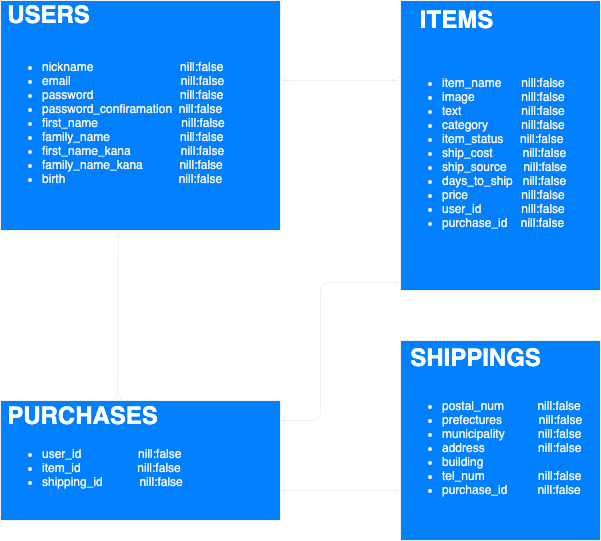
Above: er.png in ryusen1000/furima-35197 (draw.io), before the change. Source tidied: cells renumbered, new cells last; positions are measured from the earlier drawing's top-left corner, leaving out a move shared by most shapes. Its diagram source:
```xml
<mxGraphModel>
  <root>
    <mxCell id="0" />
    <mxCell id="1" parent="0" />
    <mxCell id="2" value="&lt;div&gt;&lt;br&gt;&lt;/div&gt;&lt;ul&gt;&lt;li&gt;nickname&amp;nbsp; &amp;nbsp; &amp;nbsp; &amp;nbsp; &amp;nbsp; &amp;nbsp; &amp;nbsp; &amp;nbsp; &amp;nbsp; &amp;nbsp; &amp;nbsp; &amp;nbsp; &amp;nbsp; nill:false&lt;/li&gt;&lt;li&gt;email&amp;nbsp; &amp;nbsp; &amp;nbsp; &amp;nbsp; &amp;nbsp; &amp;nbsp; &amp;nbsp; &amp;nbsp; &amp;nbsp; &amp;nbsp; &amp;nbsp; &amp;nbsp; &amp;nbsp; &amp;nbsp; &amp;nbsp; &amp;nbsp; &amp;nbsp;nill:false&lt;/li&gt;&lt;li&gt;password&amp;nbsp; &amp;nbsp; &amp;nbsp; &amp;nbsp; &amp;nbsp; &amp;nbsp; &amp;nbsp; &amp;nbsp; &amp;nbsp; &amp;nbsp; &amp;nbsp; &amp;nbsp; &amp;nbsp; nill:false&lt;/li&gt;&lt;li&gt;password_confiramation&amp;nbsp; nill:false&lt;/li&gt;&lt;li&gt;first_name&amp;nbsp; &amp;nbsp; &amp;nbsp; &amp;nbsp; &amp;nbsp; &amp;nbsp; &amp;nbsp; &amp;nbsp; &amp;nbsp; &amp;nbsp; &amp;nbsp; &amp;nbsp; &amp;nbsp;nill:false&lt;/li&gt;&lt;li&gt;family_name&amp;nbsp; &amp;nbsp; &amp;nbsp; &amp;nbsp; &amp;nbsp; &amp;nbsp; &amp;nbsp; &amp;nbsp; &amp;nbsp; &amp;nbsp; &amp;nbsp;nill:false&lt;/li&gt;&lt;li&gt;first_name_kana&amp;nbsp; &amp;nbsp; &amp;nbsp; &amp;nbsp; &amp;nbsp; &amp;nbsp; &amp;nbsp; &amp;nbsp;nill:false&lt;/li&gt;&lt;li&gt;family_name_kana&amp;nbsp; &amp;nbsp; &amp;nbsp; &amp;nbsp; &amp;nbsp; &amp;nbsp;nill:false&lt;/li&gt;&lt;li&gt;birth&amp;nbsp; &amp;nbsp; &amp;nbsp; &amp;nbsp; &amp;nbsp; &amp;nbsp; &amp;nbsp; &amp;nbsp; &amp;nbsp; &amp;nbsp; &amp;nbsp; &amp;nbsp; &amp;nbsp; &amp;nbsp; &amp;nbsp; &amp;nbsp; &amp;nbsp; nill:false&lt;/li&gt;&lt;/ul&gt;" style="text;html=1;whiteSpace=wrap;verticalAlign=middle;overflow=hidden;strokeColor=#f0f0f0;fillColor=#007FFF;fontColor=#F0F0F0;" parent="1" vertex="1">
      <mxGeometry width="280" height="230" as="geometry" />
    </mxCell>
    <mxCell id="3" value="USERS" style="text;strokeColor=none;fillColor=none;html=1;fontSize=24;fontStyle=1;verticalAlign=middle;align=center;fontColor=#FFFFFF;" parent="2" vertex="1">
      <mxGeometry width="96.6" height="27.1" as="geometry" />
    </mxCell>
    <mxCell id="4" style="edgeStyle=orthogonalEdgeStyle;rounded=0;orthogonalLoop=1;jettySize=auto;html=1;exitX=0.5;exitY=1;exitDx=0;exitDy=0;" parent="1" edge="1" source="2" target="2">
      <mxGeometry relative="1" as="geometry" />
    </mxCell>
    <mxCell id="5" value="&lt;div&gt;&lt;br&gt;&lt;/div&gt;&lt;ul&gt;&lt;li&gt;item_name&amp;nbsp; &amp;nbsp; &amp;nbsp; nill:false&lt;/li&gt;&lt;li&gt;image&amp;nbsp; &amp;nbsp; &amp;nbsp; &amp;nbsp; &amp;nbsp; &amp;nbsp; &amp;nbsp; nill:false&lt;/li&gt;&lt;li&gt;text&amp;nbsp; &amp;nbsp; &amp;nbsp; &amp;nbsp; &amp;nbsp; &amp;nbsp; &amp;nbsp; &amp;nbsp; &amp;nbsp; nill:false&lt;/li&gt;&lt;li&gt;category&amp;nbsp; &amp;nbsp; &amp;nbsp; &amp;nbsp; &amp;nbsp; nill:false&lt;/li&gt;&lt;li&gt;item_status&amp;nbsp; &amp;nbsp; &amp;nbsp;nill:false&lt;/li&gt;&lt;li&gt;ship_cost&amp;nbsp; &amp;nbsp; &amp;nbsp; &amp;nbsp; &amp;nbsp;nill:false&lt;/li&gt;&lt;li&gt;ship_source&amp;nbsp; &amp;nbsp; &amp;nbsp;nill:false&lt;/li&gt;&lt;li&gt;days_to_ship&amp;nbsp; &amp;nbsp;nill:false&lt;/li&gt;&lt;li&gt;price&amp;nbsp; &amp;nbsp; &amp;nbsp; &amp;nbsp; &amp;nbsp; &amp;nbsp; &amp;nbsp; &amp;nbsp; nill:false&lt;/li&gt;&lt;li&gt;user_id&amp;nbsp; &amp;nbsp; &amp;nbsp; &amp;nbsp; &amp;nbsp; &amp;nbsp; nill:false&lt;/li&gt;&lt;li&gt;purchase_id&amp;nbsp; &amp;nbsp; nill:false&lt;/li&gt;&lt;/ul&gt;" style="text;html=1;whiteSpace=wrap;verticalAlign=middle;overflow=hidden;strokeColor=#f0f0f0;fillColor=#007FFF;fontColor=#F0F0F0;" parent="1" vertex="1">
      <mxGeometry x="400" width="200" height="290" as="geometry" />
    </mxCell>
    <mxCell id="6" value="ITEMS" style="text;strokeColor=none;fillColor=none;html=1;fontSize=24;fontStyle=1;verticalAlign=middle;align=center;fontColor=#FFFFFF;" parent="5" vertex="1">
      <mxGeometry width="111.1" height="38.7" as="geometry" />
    </mxCell>
    <mxCell id="7" value="&lt;div&gt;&lt;br&gt;&lt;/div&gt;&lt;ul&gt;&lt;li&gt;user_id&amp;nbsp; &amp;nbsp; &amp;nbsp; &amp;nbsp; &amp;nbsp; &amp;nbsp; &amp;nbsp; &amp;nbsp; &amp;nbsp;nill:false&lt;/li&gt;&lt;li&gt;item_id&amp;nbsp; &amp;nbsp; &amp;nbsp; &amp;nbsp; &amp;nbsp; &amp;nbsp; &amp;nbsp; &amp;nbsp; &amp;nbsp;nill:false&lt;/li&gt;&lt;li&gt;shipping_id&amp;nbsp; &amp;nbsp; &amp;nbsp; &amp;nbsp; &amp;nbsp; &amp;nbsp;nill:false&lt;/li&gt;&lt;/ul&gt;" style="text;html=1;whiteSpace=wrap;verticalAlign=middle;overflow=hidden;strokeColor=#f0f0f0;fillColor=#007FFF;fontColor=#F0F0F0;" parent="1" vertex="1">
      <mxGeometry y="400" width="280" height="120" as="geometry" />
    </mxCell>
    <mxCell id="8" value="PURCHASES" style="text;strokeColor=none;fillColor=none;html=1;fontSize=24;fontStyle=1;verticalAlign=middle;align=center;fontColor=#FFFFFF;" parent="7" vertex="1">
      <mxGeometry width="164.1" height="30" as="geometry" />
    </mxCell>
    <mxCell id="9" value="&lt;div&gt;&lt;br&gt;&lt;/div&gt;&lt;ul&gt;&lt;li&gt;postal_num&amp;nbsp; &amp;nbsp; &amp;nbsp; &amp;nbsp; &amp;nbsp; nill:false&lt;/li&gt;&lt;li&gt;prefectures&amp;nbsp; &amp;nbsp; &amp;nbsp; &amp;nbsp; &amp;nbsp; &amp;nbsp;nill:false&lt;/li&gt;&lt;li&gt;municipality&amp;nbsp; &amp;nbsp; &amp;nbsp; &amp;nbsp; &amp;nbsp; nill:false&lt;/li&gt;&lt;li&gt;address&amp;nbsp; &amp;nbsp; &amp;nbsp; &amp;nbsp; &amp;nbsp; &amp;nbsp; &amp;nbsp; &amp;nbsp; nill:false&lt;/li&gt;&lt;li&gt;building&lt;/li&gt;&lt;li&gt;tel_num&amp;nbsp; &amp;nbsp; &amp;nbsp; &amp;nbsp; &amp;nbsp; &amp;nbsp; &amp;nbsp; &amp;nbsp; nill:false&lt;/li&gt;&lt;li&gt;purchase_id&amp;nbsp; &amp;nbsp; &amp;nbsp; &amp;nbsp; &amp;nbsp;nill:false&lt;/li&gt;&lt;/ul&gt;" style="text;html=1;whiteSpace=wrap;verticalAlign=middle;overflow=hidden;strokeColor=#f0f0f0;fillColor=#007FFF;fontColor=#F0F0F0;" parent="1" vertex="1">
      <mxGeometry x="400" y="340" width="200" height="200" as="geometry" />
    </mxCell>
    <mxCell id="10" value="SHIPPINGS" style="text;strokeColor=none;fillColor=none;html=1;fontSize=24;fontStyle=1;verticalAlign=middle;align=center;fontColor=#FFFFFF;" parent="9" vertex="1">
      <mxGeometry width="150" height="33.3" as="geometry" />
    </mxCell>
    <mxCell id="11" style="endArrow=ERmany;html=1;strokeWidth=1;startArrow=ERone;startFill=0;endFill=0;exitX=1.004;exitY=0.348;exitDx=0;exitDy=0;exitPerimeter=0;strokeColor=#F0F0F0;" parent="1" edge="1" source="2">
      <mxGeometry relative="1" as="geometry">
        <mxPoint x="399" y="80" as="targetPoint" />
      </mxGeometry>
    </mxCell>
    <mxCell id="12" style="endArrow=ERone;html=1;strokeWidth=1;startArrow=ERone;startFill=0;endFill=0;strokeColor=#F0F0F0;" parent="1" edge="1">
      <mxGeometry relative="1" as="geometry">
        <mxPoint x="280" y="420" as="sourcePoint" />
        <mxPoint x="400" y="282" as="targetPoint" />
        <Array as="points">
          <mxPoint x="320" y="420" />
          <mxPoint x="320" y="282" />
        </Array>
      </mxGeometry>
    </mxCell>
    <mxCell id="13" style="endArrow=ERone;html=1;strokeWidth=1;startArrow=ERone;startFill=0;endFill=0;strokeColor=#F0F0F0;" parent="1" edge="1">
      <mxGeometry relative="1" as="geometry">
        <mxPoint x="280" y="490" as="sourcePoint" />
        <mxPoint x="400" y="490" as="targetPoint" />
      </mxGeometry>
    </mxCell>
    <mxCell id="14" style="endArrow=ERone;html=1;strokeWidth=1;startArrow=ERmany;startFill=0;endFill=0;strokeColor=#F0F0F0;exitX=0.713;exitY=-0.033;exitDx=0;exitDy=0;entryX=0.421;entryY=1.009;entryDx=0;entryDy=0;entryPerimeter=0;exitPerimeter=0;" parent="1" edge="1" source="8" target="2">
      <mxGeometry relative="1" as="geometry" />
    </mxCell>
  </root>
</mxGraphModel>
```
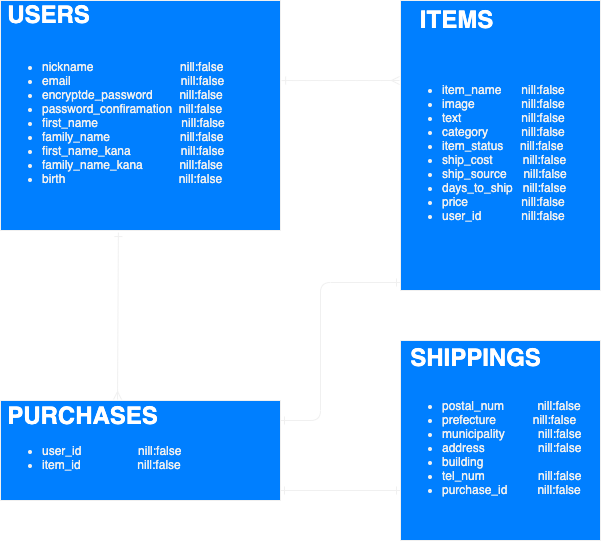
Later version of the same file.

Diff of the diagram source:
```diff
@@ -2,7 +2,7 @@
   <root>
     <mxCell id="0" />
     <mxCell id="1" parent="0" />
-    <mxCell id="2" value="&lt;div&gt;&lt;br&gt;&lt;/div&gt;&lt;ul&gt;&lt;li&gt;nickname&amp;nbsp; &amp;nbsp; &amp;nbsp; &amp;nbsp; &amp;nbsp; &amp;nbsp; &amp;nbsp; &amp;nbsp; &amp;nbsp; &amp;nbsp; &amp;nbsp; &amp;nbsp; &amp;nbsp; nill:false&lt;/li&gt;&lt;li&gt;email&amp;nbsp; &amp;nbsp; &amp;nbsp; &amp;nbsp; &amp;nbsp; &amp;nbsp; &amp;nbsp; &amp;nbsp; &amp;nbsp; &amp;nbsp; &amp;nbsp; &amp;nbsp; &amp;nbsp; &amp;nbsp; &amp;nbsp; &amp;nbsp; &amp;nbsp;nill:false&lt;/li&gt;&lt;li&gt;password&amp;nbsp; &amp;nbsp; &amp;nbsp; &amp;nbsp; &amp;nbsp; &amp;nbsp; &amp;nbsp; &amp;nbsp; &amp;nbsp; &amp;nbsp; &amp;nbsp; &amp;nbsp; &amp;nbsp; nill:false&lt;/li&gt;&lt;li&gt;password_confiramation&amp;nbsp; nill:false&lt;/li&gt;&lt;li&gt;first_name&amp;nbsp; &amp;nbsp; &amp;nbsp; &amp;nbsp; &amp;nbsp; &amp;nbsp; &amp;nbsp; &amp;nbsp; &amp;nbsp; &amp;nbsp; &amp;nbsp; &amp;nbsp; &amp;nbsp;nill:false&lt;/li&gt;&lt;li&gt;family_name&amp;nbsp; &amp;nbsp; &amp;nbsp; &amp;nbsp; &amp;nbsp; &amp;nbsp; &amp;nbsp; &amp;nbsp; &amp;nbsp; &amp;nbsp; &amp;nbsp;nill:false&lt;/li&gt;&lt;li&gt;first_name_kana&amp;nbsp; &amp;nbsp; &amp;nbsp; &amp;nbsp; &amp;nbsp; &amp;nbsp; &amp;nbsp; &amp;nbsp;nill:false&lt;/li&gt;&lt;li&gt;family_name_kana&amp;nbsp; &amp;nbsp; &amp;nbsp; &amp;nbsp; &amp;nbsp; &amp;nbsp;nill:false&lt;/li&gt;&lt;li&gt;birth&amp;nbsp; &amp;nbsp; &amp;nbsp; &amp;nbsp; &amp;nbsp; &amp;nbsp; &amp;nbsp; &amp;nbsp; &amp;nbsp; &amp;nbsp; &amp;nbsp; &amp;nbsp; &amp;nbsp; &amp;nbsp; &amp;nbsp; &amp;nbsp; &amp;nbsp; nill:false&lt;/li&gt;&lt;/ul&gt;" style="text;html=1;whiteSpace=wrap;verticalAlign=middle;overflow=hidden;strokeColor=#f0f0f0;fillColor=#007FFF;fontColor=#F0F0F0;" parent="1" vertex="1">
+    <mxCell id="2" value="&lt;div&gt;&lt;br&gt;&lt;/div&gt;&lt;ul&gt;&lt;li&gt;nickname&amp;nbsp; &amp;nbsp; &amp;nbsp; &amp;nbsp; &amp;nbsp; &amp;nbsp; &amp;nbsp; &amp;nbsp; &amp;nbsp; &amp;nbsp; &amp;nbsp; &amp;nbsp; &amp;nbsp; nill:false&lt;/li&gt;&lt;li&gt;email&amp;nbsp; &amp;nbsp; &amp;nbsp; &amp;nbsp; &amp;nbsp; &amp;nbsp; &amp;nbsp; &amp;nbsp; &amp;nbsp; &amp;nbsp; &amp;nbsp; &amp;nbsp; &amp;nbsp; &amp;nbsp; &amp;nbsp; &amp;nbsp; &amp;nbsp;nill:false&lt;/li&gt;&lt;li&gt;encryptde_password&amp;nbsp; &amp;nbsp; &amp;nbsp; &amp;nbsp; nill:false&lt;/li&gt;&lt;li&gt;password_confiramation&amp;nbsp; nill:false&lt;/li&gt;&lt;li&gt;first_name&amp;nbsp; &amp;nbsp; &amp;nbsp; &amp;nbsp; &amp;nbsp; &amp;nbsp; &amp;nbsp; &amp;nbsp; &amp;nbsp; &amp;nbsp; &amp;nbsp; &amp;nbsp; &amp;nbsp;nill:false&lt;/li&gt;&lt;li&gt;family_name&amp;nbsp; &amp;nbsp; &amp;nbsp; &amp;nbsp; &amp;nbsp; &amp;nbsp; &amp;nbsp; &amp;nbsp; &amp;nbsp; &amp;nbsp; &amp;nbsp;nill:false&lt;/li&gt;&lt;li&gt;first_name_kana&amp;nbsp; &amp;nbsp; &amp;nbsp; &amp;nbsp; &amp;nbsp; &amp;nbsp; &amp;nbsp; &amp;nbsp;nill:false&lt;/li&gt;&lt;li&gt;family_name_kana&amp;nbsp; &amp;nbsp; &amp;nbsp; &amp;nbsp; &amp;nbsp; &amp;nbsp;nill:false&lt;/li&gt;&lt;li&gt;birth&amp;nbsp; &amp;nbsp; &amp;nbsp; &amp;nbsp; &amp;nbsp; &amp;nbsp; &amp;nbsp; &amp;nbsp; &amp;nbsp; &amp;nbsp; &amp;nbsp; &amp;nbsp; &amp;nbsp; &amp;nbsp; &amp;nbsp; &amp;nbsp; &amp;nbsp; nill:false&lt;/li&gt;&lt;/ul&gt;" style="text;html=1;whiteSpace=wrap;verticalAlign=middle;overflow=hidden;strokeColor=#f0f0f0;fillColor=#007FFF;fontColor=#F0F0F0;" parent="1" vertex="1">
       <mxGeometry width="280" height="230" as="geometry" />
     </mxCell>
     <mxCell id="3" value="USERS" style="text;strokeColor=none;fillColor=none;html=1;fontSize=24;fontStyle=1;verticalAlign=middle;align=center;fontColor=#FFFFFF;" parent="2" vertex="1">
@@ -11,19 +11,19 @@
     <mxCell id="4" style="edgeStyle=orthogonalEdgeStyle;rounded=0;orthogonalLoop=1;jettySize=auto;html=1;exitX=0.5;exitY=1;exitDx=0;exitDy=0;" parent="1" edge="1" source="2" target="2">
       <mxGeometry relative="1" as="geometry" />
     </mxCell>
-    <mxCell id="5" value="&lt;div&gt;&lt;br&gt;&lt;/div&gt;&lt;ul&gt;&lt;li&gt;item_name&amp;nbsp; &amp;nbsp; &amp;nbsp; nill:false&lt;/li&gt;&lt;li&gt;image&amp;nbsp; &amp;nbsp; &amp;nbsp; &amp;nbsp; &amp;nbsp; &amp;nbsp; &amp;nbsp; nill:false&lt;/li&gt;&lt;li&gt;text&amp;nbsp; &amp;nbsp; &amp;nbsp; &amp;nbsp; &amp;nbsp; &amp;nbsp; &amp;nbsp; &amp;nbsp; &amp;nbsp; nill:false&lt;/li&gt;&lt;li&gt;category&amp;nbsp; &amp;nbsp; &amp;nbsp; &amp;nbsp; &amp;nbsp; nill:false&lt;/li&gt;&lt;li&gt;item_status&amp;nbsp; &amp;nbsp; &amp;nbsp;nill:false&lt;/li&gt;&lt;li&gt;ship_cost&amp;nbsp; &amp;nbsp; &amp;nbsp; &amp;nbsp; &amp;nbsp;nill:false&lt;/li&gt;&lt;li&gt;ship_source&amp;nbsp; &amp;nbsp; &amp;nbsp;nill:false&lt;/li&gt;&lt;li&gt;days_to_ship&amp;nbsp; &amp;nbsp;nill:false&lt;/li&gt;&lt;li&gt;price&amp;nbsp; &amp;nbsp; &amp;nbsp; &amp;nbsp; &amp;nbsp; &amp;nbsp; &amp;nbsp; &amp;nbsp; nill:false&lt;/li&gt;&lt;li&gt;user_id&amp;nbsp; &amp;nbsp; &amp;nbsp; &amp;nbsp; &amp;nbsp; &amp;nbsp; nill:false&lt;/li&gt;&lt;li&gt;purchase_id&amp;nbsp; &amp;nbsp; nill:false&lt;/li&gt;&lt;/ul&gt;" style="text;html=1;whiteSpace=wrap;verticalAlign=middle;overflow=hidden;strokeColor=#f0f0f0;fillColor=#007FFF;fontColor=#F0F0F0;" parent="1" vertex="1">
+    <mxCell id="5" value="&lt;div&gt;&lt;br&gt;&lt;/div&gt;&lt;ul&gt;&lt;li&gt;item_name&amp;nbsp; &amp;nbsp; &amp;nbsp; nill:false&lt;/li&gt;&lt;li&gt;image&amp;nbsp; &amp;nbsp; &amp;nbsp; &amp;nbsp; &amp;nbsp; &amp;nbsp; &amp;nbsp; nill:false&lt;/li&gt;&lt;li&gt;text&amp;nbsp; &amp;nbsp; &amp;nbsp; &amp;nbsp; &amp;nbsp; &amp;nbsp; &amp;nbsp; &amp;nbsp; &amp;nbsp; nill:false&lt;/li&gt;&lt;li&gt;category&amp;nbsp; &amp;nbsp; &amp;nbsp; &amp;nbsp; &amp;nbsp; nill:false&lt;/li&gt;&lt;li&gt;item_status&amp;nbsp; &amp;nbsp; &amp;nbsp;nill:false&lt;/li&gt;&lt;li&gt;ship_cost&amp;nbsp; &amp;nbsp; &amp;nbsp; &amp;nbsp; &amp;nbsp;nill:false&lt;/li&gt;&lt;li&gt;ship_source&amp;nbsp; &amp;nbsp; &amp;nbsp;nill:false&lt;/li&gt;&lt;li&gt;days_to_ship&amp;nbsp; &amp;nbsp;nill:false&lt;/li&gt;&lt;li&gt;price&amp;nbsp; &amp;nbsp; &amp;nbsp; &amp;nbsp; &amp;nbsp; &amp;nbsp; &amp;nbsp; &amp;nbsp; nill:false&lt;/li&gt;&lt;li&gt;user_id&amp;nbsp; &amp;nbsp; &amp;nbsp; &amp;nbsp; &amp;nbsp; &amp;nbsp; nill:false&lt;/li&gt;&lt;/ul&gt;" style="text;html=1;whiteSpace=wrap;verticalAlign=middle;overflow=hidden;strokeColor=#f0f0f0;fillColor=#007FFF;fontColor=#F0F0F0;" parent="1" vertex="1">
       <mxGeometry x="400" width="200" height="290" as="geometry" />
     </mxCell>
     <mxCell id="6" value="ITEMS" style="text;strokeColor=none;fillColor=none;html=1;fontSize=24;fontStyle=1;verticalAlign=middle;align=center;fontColor=#FFFFFF;" parent="5" vertex="1">
       <mxGeometry width="111.1" height="38.7" as="geometry" />
     </mxCell>
-    <mxCell id="7" value="&lt;div&gt;&lt;br&gt;&lt;/div&gt;&lt;ul&gt;&lt;li&gt;user_id&amp;nbsp; &amp;nbsp; &amp;nbsp; &amp;nbsp; &amp;nbsp; &amp;nbsp; &amp;nbsp; &amp;nbsp; &amp;nbsp;nill:false&lt;/li&gt;&lt;li&gt;item_id&amp;nbsp; &amp;nbsp; &amp;nbsp; &amp;nbsp; &amp;nbsp; &amp;nbsp; &amp;nbsp; &amp;nbsp; &amp;nbsp;nill:false&lt;/li&gt;&lt;li&gt;shipping_id&amp;nbsp; &amp;nbsp; &amp;nbsp; &amp;nbsp; &amp;nbsp; &amp;nbsp;nill:false&lt;/li&gt;&lt;/ul&gt;" style="text;html=1;whiteSpace=wrap;verticalAlign=middle;overflow=hidden;strokeColor=#f0f0f0;fillColor=#007FFF;fontColor=#F0F0F0;" parent="1" vertex="1">
-      <mxGeometry y="400" width="280" height="120" as="geometry" />
+    <mxCell id="7" value="&lt;div&gt;&lt;br&gt;&lt;/div&gt;&lt;ul&gt;&lt;li&gt;user_id&amp;nbsp; &amp;nbsp; &amp;nbsp; &amp;nbsp; &amp;nbsp; &amp;nbsp; &amp;nbsp; &amp;nbsp; &amp;nbsp;nill:false&lt;/li&gt;&lt;li&gt;item_id&amp;nbsp; &amp;nbsp; &amp;nbsp; &amp;nbsp; &amp;nbsp; &amp;nbsp; &amp;nbsp; &amp;nbsp; &amp;nbsp;nill:false&lt;/li&gt;&lt;/ul&gt;" style="text;html=1;whiteSpace=wrap;verticalAlign=middle;overflow=hidden;strokeColor=#f0f0f0;fillColor=#007FFF;fontColor=#F0F0F0;" parent="1" vertex="1">
+      <mxGeometry y="400" width="280" height="100" as="geometry" />
     </mxCell>
     <mxCell id="8" value="PURCHASES" style="text;strokeColor=none;fillColor=none;html=1;fontSize=24;fontStyle=1;verticalAlign=middle;align=center;fontColor=#FFFFFF;" parent="7" vertex="1">
       <mxGeometry width="164.1" height="30" as="geometry" />
     </mxCell>
-    <mxCell id="9" value="&lt;div&gt;&lt;br&gt;&lt;/div&gt;&lt;ul&gt;&lt;li&gt;postal_num&amp;nbsp; &amp;nbsp; &amp;nbsp; &amp;nbsp; &amp;nbsp; nill:false&lt;/li&gt;&lt;li&gt;prefectures&amp;nbsp; &amp;nbsp; &amp;nbsp; &amp;nbsp; &amp;nbsp; &amp;nbsp;nill:false&lt;/li&gt;&lt;li&gt;municipality&amp;nbsp; &amp;nbsp; &amp;nbsp; &amp;nbsp; &amp;nbsp; nill:false&lt;/li&gt;&lt;li&gt;address&amp;nbsp; &amp;nbsp; &amp;nbsp; &amp;nbsp; &amp;nbsp; &amp;nbsp; &amp;nbsp; &amp;nbsp; nill:false&lt;/li&gt;&lt;li&gt;building&lt;/li&gt;&lt;li&gt;tel_num&amp;nbsp; &amp;nbsp; &amp;nbsp; &amp;nbsp; &amp;nbsp; &amp;nbsp; &amp;nbsp; &amp;nbsp; nill:false&lt;/li&gt;&lt;li&gt;purchase_id&amp;nbsp; &amp;nbsp; &amp;nbsp; &amp;nbsp; &amp;nbsp;nill:false&lt;/li&gt;&lt;/ul&gt;" style="text;html=1;whiteSpace=wrap;verticalAlign=middle;overflow=hidden;strokeColor=#f0f0f0;fillColor=#007FFF;fontColor=#F0F0F0;" parent="1" vertex="1">
+    <mxCell id="9" value="&lt;div&gt;&lt;br&gt;&lt;/div&gt;&lt;ul&gt;&lt;li&gt;postal_num&amp;nbsp; &amp;nbsp; &amp;nbsp; &amp;nbsp; &amp;nbsp; nill:false&lt;/li&gt;&lt;li&gt;prefecture&amp;nbsp; &amp;nbsp; &amp;nbsp; &amp;nbsp; &amp;nbsp; &amp;nbsp;nill:false&lt;/li&gt;&lt;li&gt;municipality&amp;nbsp; &amp;nbsp; &amp;nbsp; &amp;nbsp; &amp;nbsp; nill:false&lt;/li&gt;&lt;li&gt;address&amp;nbsp; &amp;nbsp; &amp;nbsp; &amp;nbsp; &amp;nbsp; &amp;nbsp; &amp;nbsp; &amp;nbsp; nill:false&lt;/li&gt;&lt;li&gt;building&lt;/li&gt;&lt;li&gt;tel_num&amp;nbsp; &amp;nbsp; &amp;nbsp; &amp;nbsp; &amp;nbsp; &amp;nbsp; &amp;nbsp; &amp;nbsp; nill:false&lt;/li&gt;&lt;li&gt;purchase_id&amp;nbsp; &amp;nbsp; &amp;nbsp; &amp;nbsp; &amp;nbsp;nill:false&lt;/li&gt;&lt;/ul&gt;" style="text;html=1;whiteSpace=wrap;verticalAlign=middle;overflow=hidden;strokeColor=#f0f0f0;fillColor=#007FFF;fontColor=#F0F0F0;" parent="1" vertex="1">
       <mxGeometry x="400" y="340" width="200" height="200" as="geometry" />
     </mxCell>
     <mxCell id="10" value="SHIPPINGS" style="text;strokeColor=none;fillColor=none;html=1;fontSize=24;fontStyle=1;verticalAlign=middle;align=center;fontColor=#FFFFFF;" parent="9" vertex="1">
```
